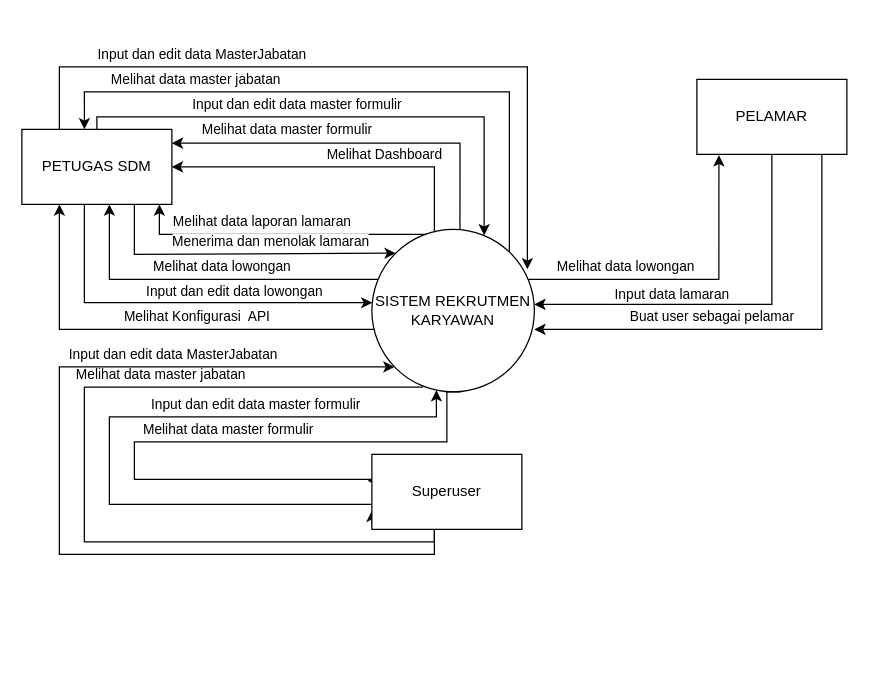
Earlier version of the draw.io diagram DFD.drawio (keys2505/tugas-akhir). Source tidied: cells renumbered, new cells numbered last; positions are measured from the earlier drawing's top-left corner, leaving out a move shared by most shapes. Both pictures are drawn from the tidied source at 125%, with x=0, y=0 at pixel (21, 66).
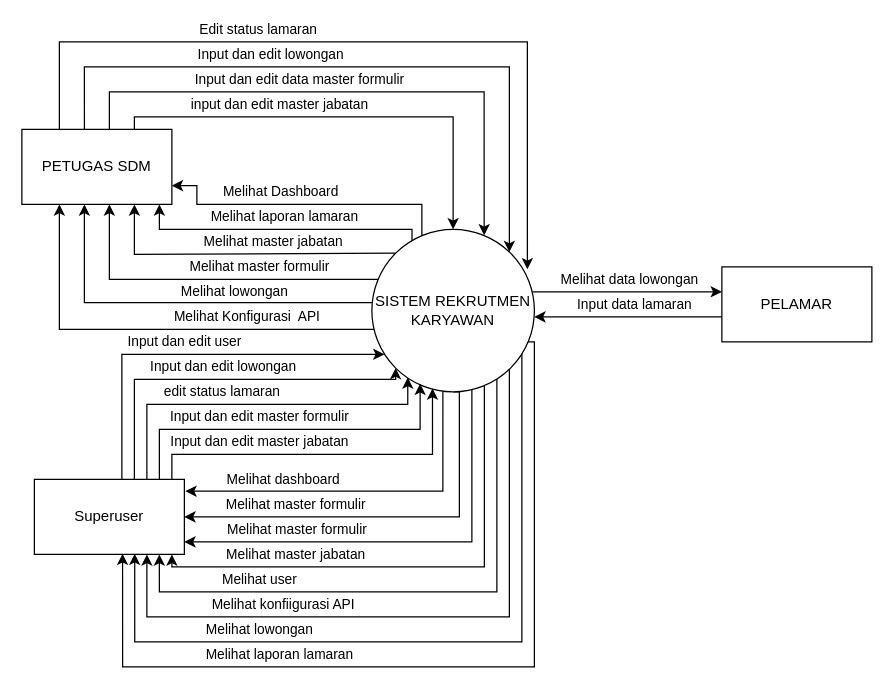
After the change.

Unchanged cells that the change refers to:
```xml
<mxCell id="9" value="SISTEM REKRUTMEN KARYAWAN" style="ellipse;whiteSpace=wrap;html=1;direction=south;" parent="1" vertex="1">
  <mxGeometry x="280" y="130" width="130" height="130" as="geometry" />
</mxCell>
<mxCell id="14" value="PETUGAS SDM" style="rounded=0;whiteSpace=wrap;html=1;" parent="1" vertex="1">
  <mxGeometry y="50" width="120" height="60" as="geometry" />
</mxCell>
```

What changed in the source:
```diff
@@
-    <mxCell id="2" value="Melihat data laporan lamaran" style="edgeStyle=orthogonalEdgeStyle;rounded=0;jettySize=auto;html=1;exitX=0.008;exitY=0.621;exitDx=0;exitDy=0;exitPerimeter=0;" parent="1" edge="1" target="14">
-      <mxGeometry x="0.13" y="-10" relative="1" as="geometry">
-        <mxPoint x="329.3" y="134" as="sourcePoint" />
+    <mxCell id="2" value="Melihat laporan lamaran" style="edgeStyle=orthogonalEdgeStyle;rounded=0;jettySize=auto;html=1;exitX=0.072;exitY=0.753;exitDx=0;exitDy=0;exitPerimeter=0;" parent="1" edge="1" source="9" target="14">
+      <mxGeometry x="-0.04" y="-10" relative="1" as="geometry">
         <Array as="points">
-          <mxPoint x="110" y="134" />
+          <mxPoint x="312" y="130" />
+          <mxPoint x="110" y="130" />
         </Array>
       </mxGeometry>
     </mxCell>
-    <mxCell id="3" value="Melihat data lowongan" style="edgeStyle=orthogonalEdgeStyle;rounded=0;jettySize=auto;html=1;" parent="1" edge="1" source="9" target="14">
-      <mxGeometry x="-0.09" y="-10" relative="1" as="geometry">
+    <mxCell id="3" value="Melihat master formulir" style="edgeStyle=orthogonalEdgeStyle;rounded=0;jettySize=auto;html=1;" parent="1" edge="1" source="9" target="14">
+      <mxGeometry x="-0.31" y="-10" relative="1" as="geometry">
         <Array as="points">
           <mxPoint x="70" y="170" />
         </Array>
       </mxGeometry>
     </mxCell>
     <mxCell id="4" value="Melihat Konfigurasi&amp;nbsp; API" style="edgeStyle=orthogonalEdgeStyle;rounded=0;jettySize=auto;html=1;entryX=0.25;entryY=1;entryDx=0;entryDy=0;" parent="1" edge="1" source="9" target="14">
-      <mxGeometry x="-0.19" y="-10" relative="1" as="geometry">
+      <mxGeometry x="-0.42" y="-10" relative="1" as="geometry">
         <Array as="points">
           <mxPoint x="30" y="210" />
         </Array>
       </mxGeometry>
     </mxCell>
-    <mxCell id="5" value="Melihat Dashboard" style="edgeStyle=orthogonalEdgeStyle;rounded=0;jettySize=auto;html=1;entryX=1;entryY=0.5;entryDx=0;entryDy=0;" parent="1" edge="1" source="9" target="14">
-      <mxGeometry x="-0.3" y="-10" relative="1" as="geometry">
+    <mxCell id="5" value="Melihat Dashboard" style="edgeStyle=orthogonalEdgeStyle;rounded=0;jettySize=auto;html=1;entryX=1;entryY=0.75;entryDx=0;entryDy=0;" parent="1" edge="1" source="9" target="14">
+      <mxGeometry x="0.15" y="-10" relative="1" as="geometry">
         <Array as="points">
-          <mxPoint x="330" y="80" />
+          <mxPoint x="320" y="110" />
+          <mxPoint x="140" y="110" />
+          <mxPoint x="140" y="95" />
         </Array>
       </mxGeometry>
     </mxCell>
-    <mxCell id="6" value="Melihat data master formulir" style="edgeStyle=orthogonalEdgeStyle;rounded=0;jettySize=auto;html=1;entryX=1;entryY=0.25;entryDx=0;entryDy=0;exitX=0.003;exitY=0.458;exitDx=0;exitDy=0;exitPerimeter=0;" parent="1" edge="1" source="9">
-      <mxGeometry x="0.39" y="-11" relative="1" as="geometry">
-        <mxPoint x="120" y="61" as="targetPoint" />
-        <Array as="points">
-          <mxPoint x="351" y="61" />
-        </Array>
-      </mxGeometry>
-    </mxCell>
-    <mxCell id="7" value="Melihat data master jabatan" style="edgeStyle=orthogonalEdgeStyle;rounded=0;jettySize=auto;html=1;entryX=0.417;entryY=0;entryDx=0;entryDy=0;entryPerimeter=0;" parent="1" edge="1" source="9" target="14">
-      <mxGeometry x="0.52" y="-10" relative="1" as="geometry">
+    <mxCell id="7" value="Input dan edit lowongan" style="edgeStyle=orthogonalEdgeStyle;rounded=0;jettySize=auto;html=1;exitX=0.417;exitY=0;exitDx=0;exitDy=0;exitPerimeter=0;" parent="1" edge="1" source="14" target="9">
+      <mxGeometry x="-0.26" y="10" relative="1" as="geometry">
         <Array as="points">
-          <mxPoint x="390" y="20" />
-          <mxPoint x="50" y="20" />
+          <mxPoint x="50" />
+          <mxPoint x="390" />
         </Array>
       </mxGeometry>
     </mxCell>
-    <mxCell id="8" value="Melihat data lowongan" style="edgeStyle=orthogonalEdgeStyle;rounded=0;jettySize=auto;html=1;entryX=0.147;entryY=1.011;entryDx=0;entryDy=0;entryPerimeter=0;" parent="1" edge="1" source="9" target="17">
-      <mxGeometry x="-0.38" y="10" relative="1" as="geometry">
+    <mxCell id="8" value="Melihat data lowongan" style="edgeStyle=orthogonalEdgeStyle;rounded=0;jettySize=auto;html=1;entryX=0;entryY=0.333;entryDx=0;entryDy=0;entryPerimeter=0;" parent="1" edge="1" source="9" target="17">
+      <mxGeometry x="0.09" y="11" relative="1" as="geometry">
         <Array as="points">
-          <mxPoint x="558" y="170" />
+          <mxPoint x="420" y="180" />
+          <mxPoint x="420" y="180" />
         </Array>
+        <mxPoint x="-5" y="1" as="offset" />
       </mxGeometry>
     </mxCell>
+    <mxCell id="23" value="Melihat master jabatan" style="edgeStyle=orthogonalEdgeStyle;rounded=0;jettySize=auto;html=1;" parent="1" edge="1" source="9">
+      <mxGeometry x="0.46" y="-10" relative="1" as="geometry">
+        <mxPoint x="120" y="390" as="targetPoint" />
+        <Array as="points">
+          <mxPoint x="370" y="400" />
+          <mxPoint x="120" y="400" />
+        </Array>
+      </mxGeometry>
+    </mxCell>
+    <mxCell id="24" value="Melihat master formulir" style="edgeStyle=orthogonalEdgeStyle;rounded=0;jettySize=auto;html=1;" parent="1" edge="1" source="9" target="22">
+      <mxGeometry x="0.49" y="-10" relative="1" as="geometry">
+        <Array as="points">
+          <mxPoint x="360" y="380" />
+        </Array>
+      </mxGeometry>
+    </mxCell>
+    <mxCell id="25" value="Melihat master formulir" style="edgeStyle=orthogonalEdgeStyle;rounded=0;jettySize=auto;html=1;entryX=1;entryY=0.5;entryDx=0;entryDy=0;exitX=1;exitY=0.5;exitDx=0;exitDy=0;" parent="1" edge="1" source="9" target="22">
+      <mxGeometry x="0.45" y="-10" relative="1" as="geometry">
+        <Array as="points">
+          <mxPoint x="350" y="260" />
+          <mxPoint x="350" y="360" />
+        </Array>
+      </mxGeometry>
+    </mxCell>
+    <mxCell id="26" value="Melihat dashboard" style="edgeStyle=orthogonalEdgeStyle;rounded=0;jettySize=auto;html=1;entryX=1.007;entryY=0.157;entryDx=0;entryDy=0;exitX=0.998;exitY=0.563;exitDx=0;exitDy=0;exitPerimeter=0;entryPerimeter=0;" parent="1" edge="1" source="9" target="22">
+      <mxGeometry x="0.45" y="-9" relative="1" as="geometry">
+        <Array as="points">
+          <mxPoint x="337" y="339" />
+        </Array>
+      </mxGeometry>
+    </mxCell>
+    <mxCell id="27" value="Melihat user" style="edgeStyle=orthogonalEdgeStyle;rounded=0;jettySize=auto;html=1;entryX=0.833;entryY=1;entryDx=0;entryDy=0;entryPerimeter=0;" parent="1" edge="1" source="9" target="22">
+      <mxGeometry x="0.53" y="-10" relative="1" as="geometry">
+        <Array as="points">
+          <mxPoint x="380" y="420" />
+          <mxPoint x="110" y="420" />
+        </Array>
+      </mxGeometry>
+    </mxCell>
+    <mxCell id="28" value="Melihat konfiigurasi API" style="edgeStyle=orthogonalEdgeStyle;rounded=0;jettySize=auto;html=1;entryX=0.75;entryY=1;entryDx=0;entryDy=0;" parent="1" edge="1" source="9" target="22">
+      <mxGeometry x="0.41" y="-10" relative="1" as="geometry">
+        <Array as="points">
+          <mxPoint x="390" y="440" />
+          <mxPoint x="100" y="440" />
+        </Array>
+      </mxGeometry>
+    </mxCell>
+    <mxCell id="29" value="Melihat lowongan" style="edgeStyle=orthogonalEdgeStyle;rounded=0;jettySize=auto;html=1;entryX=0.669;entryY=0.992;entryDx=0;entryDy=0;entryPerimeter=0;" parent="1" edge="1" source="9" target="22">
+      <mxGeometry x="0.44" y="-10" relative="1" as="geometry">
+        <Array as="points">
+          <mxPoint x="400" y="460" />
+          <mxPoint x="90" y="460" />
+        </Array>
+      </mxGeometry>
+    </mxCell>
+    <mxCell id="30" value="Melihat laporan lamaran" style="edgeStyle=orthogonalEdgeStyle;rounded=0;jettySize=auto;html=1;entryX=0.588;entryY=0.992;entryDx=0;entryDy=0;entryPerimeter=0;exitX=0.741;exitY=0.064;exitDx=0;exitDy=0;exitPerimeter=0;" parent="1" edge="1" source="9" target="22">
+      <mxGeometry x="0.38" y="-10" relative="1" as="geometry">
+        <Array as="points">
+          <mxPoint x="402" y="220" />
+          <mxPoint x="410" y="220" />
+          <mxPoint x="410" y="480" />
+          <mxPoint x="81" y="480" />
+        </Array>
+      </mxGeometry>
+    </mxCell>
@@
-    <mxCell id="10" value="Input dan edit data MasterJabatan " style="edgeStyle=orthogonalEdgeStyle;rounded=0;jettySize=auto;html=1;entryX=0.246;entryY=0.043;entryDx=0;entryDy=0;entryPerimeter=0;" parent="1" edge="1" source="14" target="9">
-      <mxGeometry x="-0.44" y="10" relative="1" as="geometry">
+    <mxCell id="10" value="Edit status lamaran" style="edgeStyle=orthogonalEdgeStyle;rounded=0;jettySize=auto;html=1;entryX=0.246;entryY=0.043;entryDx=0;entryDy=0;entryPerimeter=0;" parent="1" edge="1" source="14" target="9">
+      <mxGeometry x="-0.27" y="10" relative="1" as="geometry">
         <Array as="points">
-          <mxPoint x="30" />
-          <mxPoint x="404" />
+          <mxPoint x="30" y="-20" />
+          <mxPoint x="404" y="-20" />
         </Array>
       </mxGeometry>
     </mxCell>
     <mxCell id="11" value="Input dan edit data master formulir" style="edgeStyle=orthogonalEdgeStyle;rounded=0;jettySize=auto;html=1;entryX=0.037;entryY=0.309;entryDx=0;entryDy=0;entryPerimeter=0;" parent="1" edge="1" source="14" target="9">
       <mxGeometry x="-0.18" y="10" relative="1" as="geometry">
         <Array as="points">
-          <mxPoint x="60" y="40" />
-          <mxPoint x="370" y="40" />
+          <mxPoint x="70" y="20" />
+          <mxPoint x="370" y="20" />
         </Array>
       </mxGeometry>
     </mxCell>
-    <mxCell id="12" value="Menerima dan menolak lamaran" style="edgeStyle=orthogonalEdgeStyle;rounded=0;jettySize=auto;html=1;entryX=0;entryY=1;entryDx=0;entryDy=0;" parent="1" edge="1" source="14" target="9">
-      <mxGeometry x="0.2" y="9" relative="1" as="geometry">
+    <mxCell id="12" style="edgeStyle=orthogonalEdgeStyle;rounded=0;jettySize=auto;html=1;exitX=0;exitY=1;exitDx=0;exitDy=0;" parent="1" edge="1" source="9" target="14">
+      <mxGeometry x="0.04" y="10" relative="1" as="geometry">
         <Array as="points">
+          <mxPoint x="299" y="150" />
           <mxPoint x="90" y="150" />
-          <mxPoint x="299" y="150" />
         </Array>
       </mxGeometry>
     </mxCell>
+    <mxCell id="31" value="Melihat master jabatan" style="edgeLabel;html=1;align=center;verticalAlign=middle;" parent="12" vertex="1">
+      <mxGeometry x="0.24" y="1" relative="1" as="geometry">
+        <mxPoint x="55" y="-11" as="offset" />
+      </mxGeometry>
+    </mxCell>
-    <mxCell id="13" value="Input dan edit data lowongan" style="edgeStyle=orthogonalEdgeStyle;rounded=0;jettySize=auto;html=1;entryX=0.451;entryY=0.997;entryDx=0;entryDy=0;entryPerimeter=0;" parent="1" edge="1" source="14" target="9">
-      <mxGeometry x="0.29" y="9" relative="1" as="geometry">
+    <mxCell id="13" value="Melihat lowongan" style="edgeStyle=orthogonalEdgeStyle;rounded=0;jettySize=auto;html=1;exitX=0.451;exitY=0.997;exitDx=0;exitDy=0;exitPerimeter=0;" parent="1" edge="1" source="9" target="14">
+      <mxGeometry x="-0.29" y="-9" relative="1" as="geometry">
         <Array as="points">
           <mxPoint x="50" y="189" />
         </Array>
       </mxGeometry>
     </mxCell>
+    <mxCell id="32" value="input dan edit master jabatan" style="edgeStyle=orthogonalEdgeStyle;rounded=0;jettySize=auto;html=1;" parent="1" edge="1" source="14" target="9">
+      <mxGeometry x="-0.29" y="10" relative="1" as="geometry">
+        <Array as="points">
+          <mxPoint x="90" y="40" />
+          <mxPoint x="345" y="40" />
+        </Array>
+      </mxGeometry>
+    </mxCell>
@@
-    <mxCell id="15" value="Buat user sebagai pelamar" style="edgeStyle=orthogonalEdgeStyle;rounded=0;jettySize=auto;html=1;" parent="1" edge="1" source="17">
-      <mxGeometry x="0.23" y="-10" relative="1" as="geometry">
-        <mxPoint x="410" y="210" as="targetPoint" />
-        <Array as="points">
-          <mxPoint x="640" y="210" />
-          <mxPoint x="410" y="210" />
-        </Array>
-      </mxGeometry>
-    </mxCell>
     <mxCell id="16" value="Input data lamaran" style="edgeStyle=orthogonalEdgeStyle;rounded=0;jettySize=auto;html=1;" parent="1" edge="1" source="17">
-      <mxGeometry x="0.29" y="-8" relative="1" as="geometry">
-        <mxPoint x="410" y="190" as="targetPoint" />
+      <mxGeometry x="-0.07" y="-10" relative="1" as="geometry">
+        <mxPoint x="410" y="200" as="targetPoint" />
         <Array as="points">
-          <mxPoint x="600" y="190" />
+          <mxPoint x="410" y="200" />
         </Array>
       </mxGeometry>
     </mxCell>
     <mxCell id="17" value="PELAMAR" style="rounded=0;whiteSpace=wrap;html=1;" parent="1" vertex="1">
-      <mxGeometry x="540" y="10" width="120" height="60" as="geometry" />
+      <mxGeometry x="560" y="160" width="120" height="60" as="geometry" />
     </mxCell>
-    <mxCell id="18" value="Melihat data master formulir" style="edgeStyle=orthogonalEdgeStyle;rounded=0;jettySize=auto;html=1;entryX=-0.029;entryY=0.352;entryDx=0;entryDy=0;entryPerimeter=0;" parent="1" edge="1" target="22">
-      <mxGeometry x="-0.36" y="-10" relative="1" as="geometry">
-        <mxPoint x="351" y="260" as="sourcePoint" />
-        <Array as="points">
-          <mxPoint x="340" y="260" />
-          <mxPoint x="340" y="300" />
-          <mxPoint x="90" y="300" />
-          <mxPoint x="90" y="330" />
-          <mxPoint x="370" y="330" />
-          <mxPoint x="370" y="331" />
-        </Array>
-      </mxGeometry>
-    </mxCell>
-    <mxCell id="19" value="Melihat data master jabatan" style="edgeStyle=orthogonalEdgeStyle;rounded=0;jettySize=auto;html=1;entryX=0;entryY=0.75;entryDx=0;entryDy=0;exitX=0.97;exitY=0.686;exitDx=0;exitDy=0;exitPerimeter=0;" parent="1" edge="1" source="9" target="22">
-      <mxGeometry x="-0.44" y="-10" relative="1" as="geometry">
-        <Array as="points">
-          <mxPoint x="50" y="256" />
-          <mxPoint x="50" y="380" />
-          <mxPoint x="330" y="380" />
-          <mxPoint x="330" y="365" />
-        </Array>
-      </mxGeometry>
-    </mxCell>
-    <mxCell id="20" value="Input dan edit data MasterJabatan " style="edgeStyle=orthogonalEdgeStyle;rounded=0;jettySize=auto;html=1;exitX=0;exitY=1;exitDx=0;exitDy=0;" parent="1" edge="1" source="22" target="9">
-      <mxGeometry x="0.55" y="10" relative="1" as="geometry">
-        <Array as="points">
-          <mxPoint x="330" y="390" />
-          <mxPoint x="30" y="390" />
-          <mxPoint x="30" y="240" />
-        </Array>
-      </mxGeometry>
-    </mxCell>
-    <mxCell id="21" value="Input dan edit data master formulir" style="edgeStyle=orthogonalEdgeStyle;rounded=0;jettySize=auto;html=1;entryX=0.99;entryY=0.603;entryDx=0;entryDy=0;entryPerimeter=0;" parent="1" edge="1" source="22" target="9">
-      <mxGeometry x="0.41" y="10" relative="1" as="geometry">
-        <Array as="points">
-          <mxPoint x="70" y="350" />
-          <mxPoint x="70" y="280" />
-          <mxPoint x="332" y="280" />
-        </Array>
-      </mxGeometry>
-    </mxCell>
+    <mxCell id="33" value="Input dan edit master jabatan" style="edgeStyle=orthogonalEdgeStyle;rounded=0;jettySize=auto;html=1;entryX=0.979;entryY=0.627;entryDx=0;entryDy=0;entryPerimeter=0;" parent="1" edge="1" source="22" target="9">
+      <mxGeometry x="-0.36" y="10" relative="1" as="geometry">
+        <Array as="points">
+          <mxPoint x="120" y="310" />
+          <mxPoint x="329" y="310" />
+        </Array>
+      </mxGeometry>
+    </mxCell>
+    <mxCell id="34" value="Input dan edit master formulir" style="edgeStyle=orthogonalEdgeStyle;rounded=0;jettySize=auto;html=1;entryX=0.95;entryY=0.703;entryDx=0;entryDy=0;entryPerimeter=0;" parent="1" edge="1" source="22" target="9">
+      <mxGeometry x="-0.16" y="10" relative="1" as="geometry">
+        <Array as="points">
+          <mxPoint x="110" y="290" />
+          <mxPoint x="319" y="290" />
+        </Array>
+      </mxGeometry>
+    </mxCell>
+    <mxCell id="35" value="edit status lamaran" style="edgeStyle=orthogonalEdgeStyle;rounded=0;jettySize=auto;html=1;entryX=0.911;entryY=0.779;entryDx=0;entryDy=0;entryPerimeter=0;" parent="1" edge="1" source="22" target="9">
+      <mxGeometry x="-0.17" y="10" relative="1" as="geometry">
+        <Array as="points">
+          <mxPoint x="100" y="270" />
+          <mxPoint x="309" y="270" />
+        </Array>
+      </mxGeometry>
+    </mxCell>
+    <mxCell id="36" value="Input dan edit lowongan" style="edgeStyle=orthogonalEdgeStyle;rounded=0;jettySize=auto;html=1;entryX=1;entryY=1;entryDx=0;entryDy=0;" parent="1" edge="1" source="22" target="9">
+      <mxGeometry x="0.01" y="10" relative="1" as="geometry">
+        <Array as="points">
+          <mxPoint x="90" y="250" />
+          <mxPoint x="299" y="250" />
+        </Array>
+      </mxGeometry>
+    </mxCell>
+    <mxCell id="37" value="Input dan edit user" style="edgeStyle=orthogonalEdgeStyle;rounded=0;jettySize=auto;html=1;entryX=0.769;entryY=0.923;entryDx=0;entryDy=0;entryPerimeter=0;" parent="1" edge="1" source="22" target="9">
+      <mxGeometry x="-0.03" y="10" relative="1" as="geometry">
+        <Array as="points">
+          <mxPoint x="80" y="230" />
+        </Array>
+      </mxGeometry>
+    </mxCell>
     <mxCell id="22" value="Superuser" style="rounded=0;whiteSpace=wrap;html=1;" parent="1" vertex="1">
-      <mxGeometry x="280" y="310" width="120" height="60" as="geometry" />
+      <mxGeometry x="10" y="330" width="120" height="60" as="geometry" />
     </mxCell>
```
